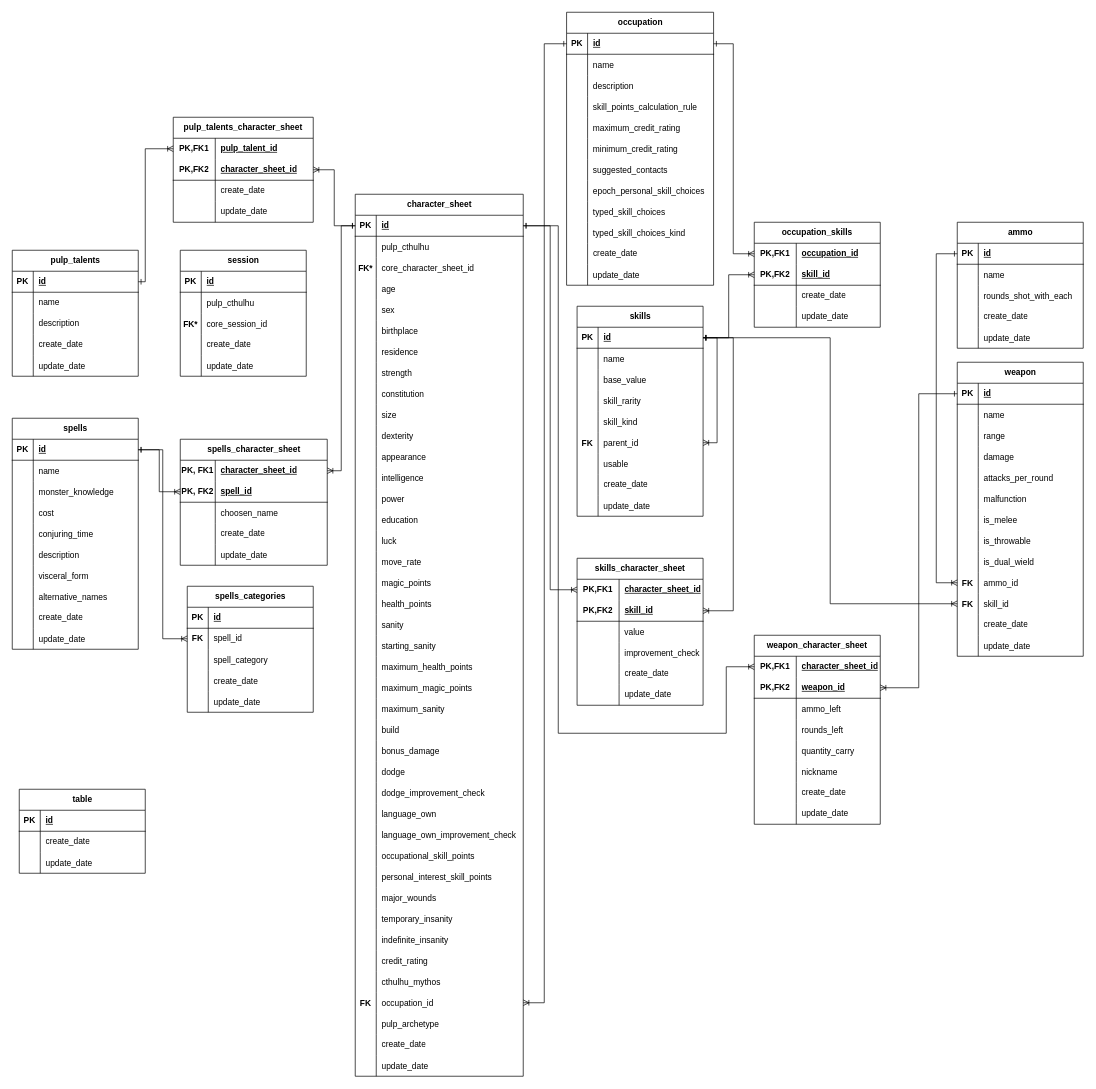
hannaBanannaOF/hbsites-architecture keeps this draw.io diagram as page "RPGTracker - Call of Cthulhu" (2 of 5) of databasemodel.drawio. Above is the earlier version. Source tidied: cells renumbered, new cells numbered last; positions are measured from the earlier drawing's top-left corner, leaving out a move shared by most shapes. Both pictures are drawn from the tidied source at 70%, with x=0, y=0 at pixel (12, 12).
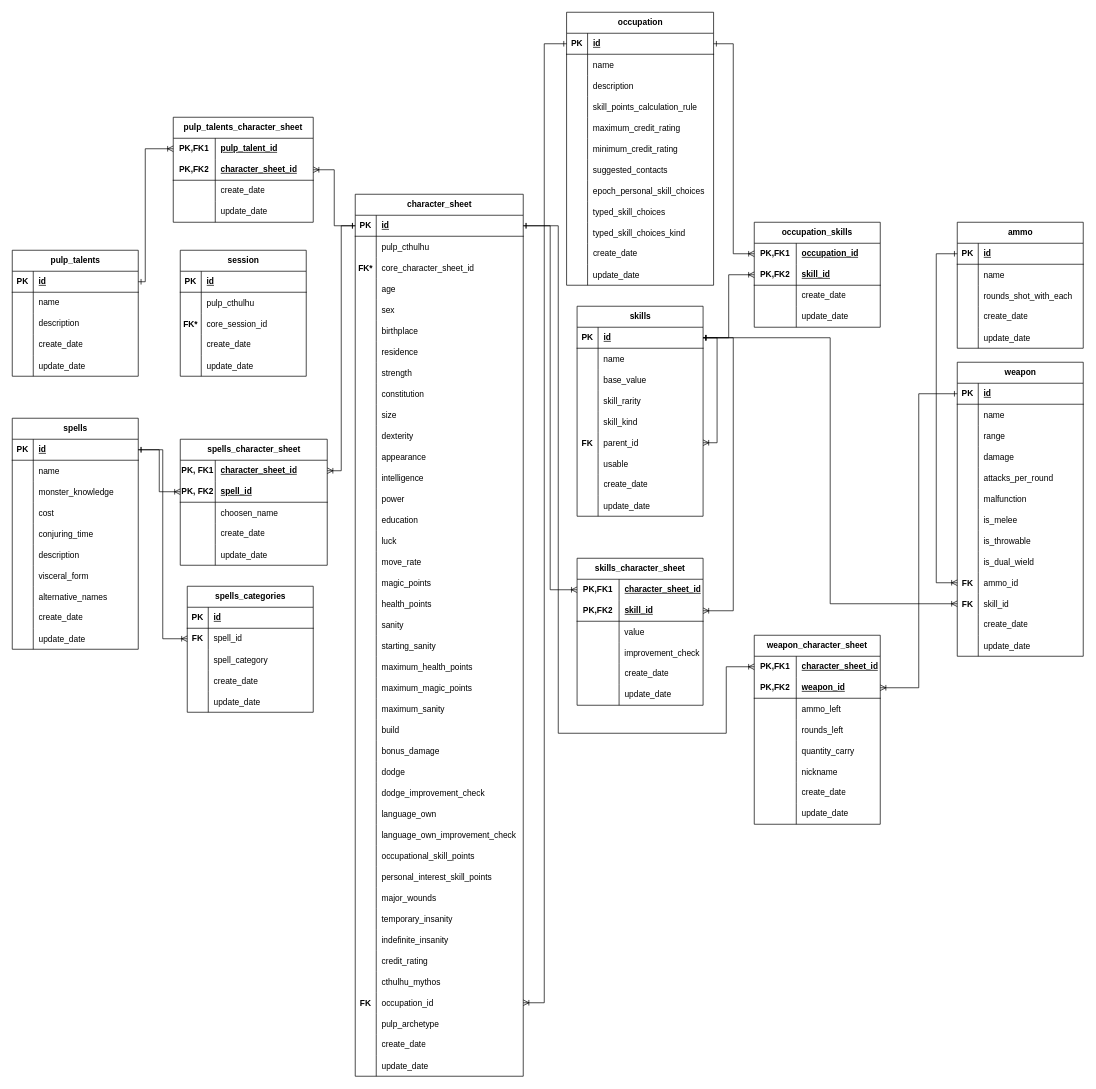
Above is the later version.

Change to the diagram source:
```diff
@@
-    <mxCell id="225" value="table" style="shape=table;startSize=30;childLayout=tableLayout;rowLines=0;fontStyle=1;align=center;html=1;" parent="1" vertex="1">
-      <mxGeometry x="10" y="1110" width="180" height="120" as="geometry" />
-    </mxCell>
-    <mxCell id="226" style="shape=tableRow;horizontal=0;startSize=0;swimlaneHead=0;swimlaneBody=0;fillColor=none;top=0;left=0;right=0;bottom=1;" parent="225" vertex="1">
-      <mxGeometry y="30" width="180" height="30" as="geometry" />
-    </mxCell>
-    <mxCell id="227" value="PK" style="shape=partialRectangle;fillColor=none;top=0;left=0;bottom=0;right=0;fontStyle=1;overflow=hidden;whiteSpace=wrap;html=1;" parent="226" vertex="1">
-      <mxGeometry width="30" height="30" as="geometry" />
-    </mxCell>
-    <mxCell id="228" value="id" style="shape=partialRectangle;fillColor=none;top=0;left=0;bottom=0;right=0;align=left;spacingLeft=6;fontStyle=5;overflow=hidden;whiteSpace=wrap;html=1;" parent="226" vertex="1">
-      <mxGeometry x="30" width="150" height="30" as="geometry" />
-    </mxCell>
-    <mxCell id="229" style="shape=tableRow;horizontal=0;startSize=0;swimlaneHead=0;swimlaneBody=0;fillColor=none;top=0;left=0;right=0;bottom=0;" parent="225" vertex="1">
-      <mxGeometry y="60" width="180" height="30" as="geometry" />
-    </mxCell>
-    <mxCell id="230" style="shape=partialRectangle;fillColor=none;top=0;left=0;bottom=0;right=0;overflow=hidden;whiteSpace=wrap;html=1;" parent="229" vertex="1">
-      <mxGeometry width="30" height="30" as="geometry" />
-    </mxCell>
-    <mxCell id="231" value="create_date" style="shape=partialRectangle;fillColor=none;top=0;left=0;bottom=0;right=0;align=left;spacingLeft=6;overflow=hidden;whiteSpace=wrap;html=1;" parent="229" vertex="1">
-      <mxGeometry x="30" width="150" height="30" as="geometry" />
-    </mxCell>
-    <mxCell id="232" style="shape=tableRow;horizontal=0;startSize=0;swimlaneHead=0;swimlaneBody=0;fillColor=none;top=0;left=0;right=0;bottom=0;" parent="225" vertex="1">
-      <mxGeometry y="90" width="180" height="30" as="geometry" />
-    </mxCell>
-    <mxCell id="233" style="shape=partialRectangle;fillColor=none;top=0;left=0;bottom=0;right=0;overflow=hidden;" parent="232" vertex="1">
-      <mxGeometry width="30" height="30" as="geometry" />
-    </mxCell>
-    <mxCell id="234" value="update_date" style="shape=partialRectangle;fillColor=none;top=0;left=0;bottom=0;right=0;align=left;spacingLeft=6;overflow=hidden;" parent="232" vertex="1">
-      <mxGeometry x="30" width="150" height="30" as="geometry" />
-    </mxCell>
```
